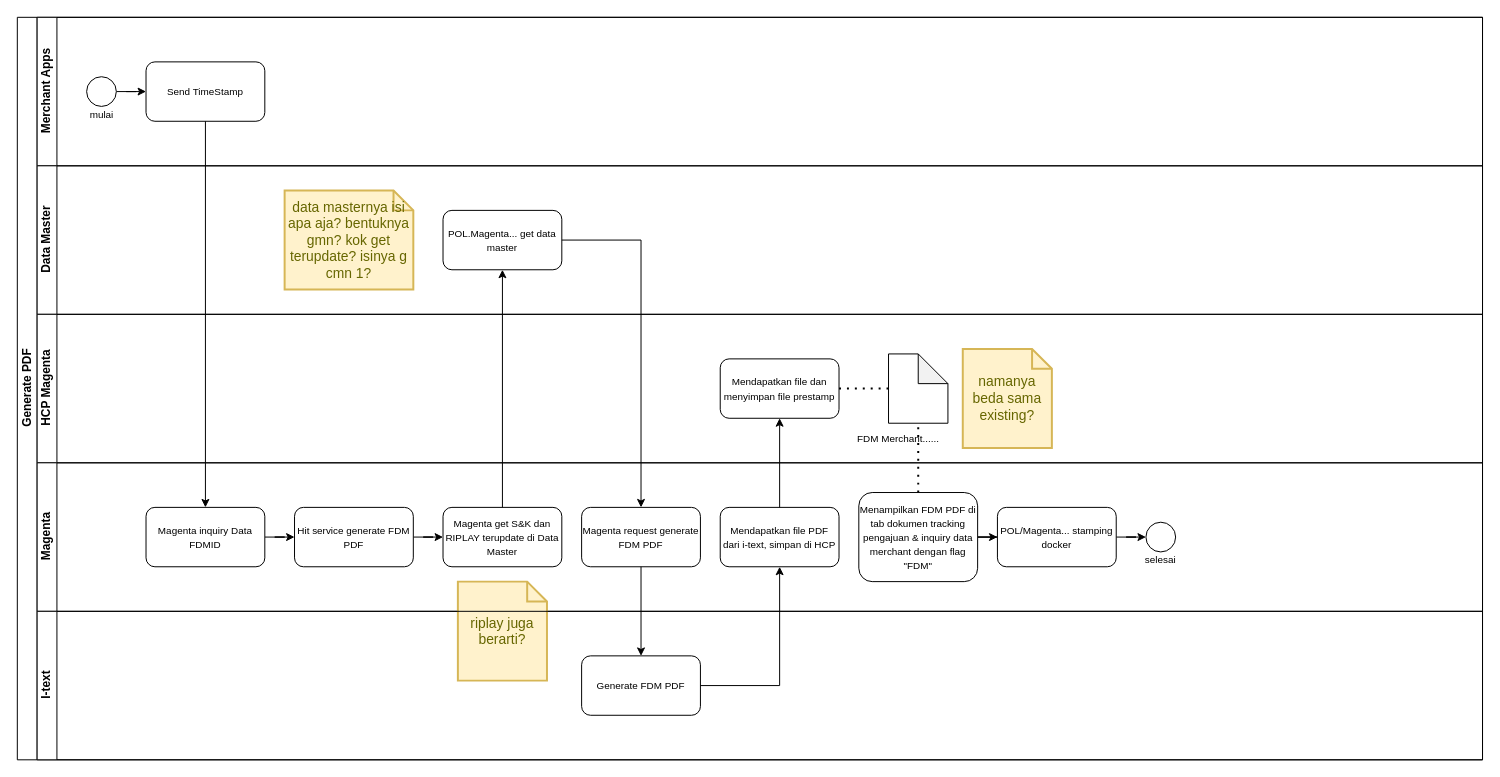
This is Untitled Diagram.drawio from nicolenatsh/Nicole, a draw.io file, before an edit. Source tidied: cells renumbered, new cells numbered last; positions are measured from the earlier drawing's top-left corner, leaving out a move shared by most shapes. Both pictures are drawn from the tidied source at 99%, with x=0, y=0 at pixel (17, 17).
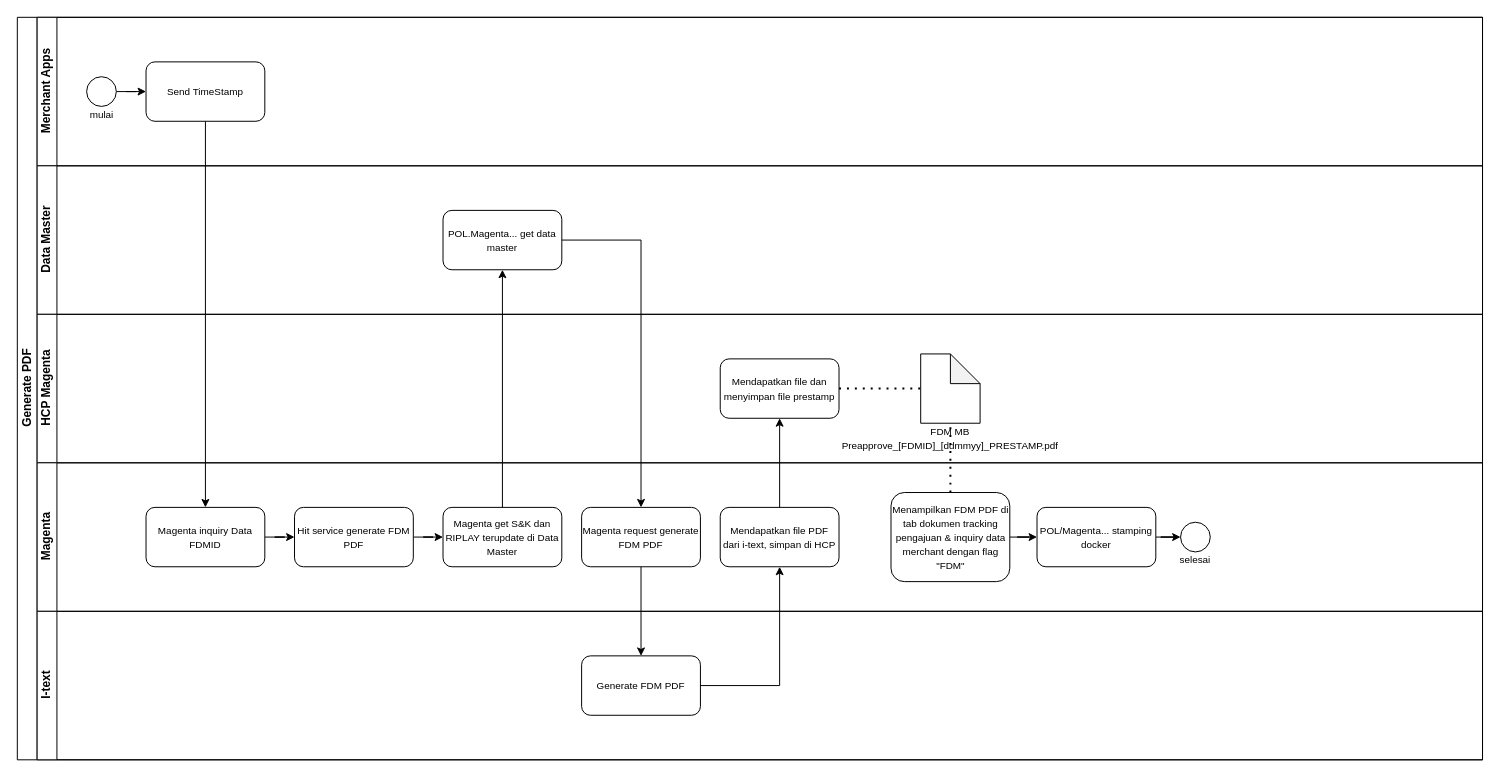
Above is the later version.

Commit message:
changes3_notepad solved

Unchanged cells that the change refers to:
```xml
<mxCell id="8" value="Data Master" style="swimlane;startSize=20;horizontal=0;html=1;" parent="2" vertex="1">
  <mxGeometry x="20" y="150" width="1460" height="150" as="geometry" />
</mxCell>
<mxCell id="11" value="HCP Magenta" style="swimlane;startSize=20;horizontal=0;html=1;" parent="2" vertex="1">
  <mxGeometry x="20" y="300" width="1460" height="150" as="geometry" />
</mxCell>
<mxCell id="17" value="Magenta" style="swimlane;startSize=20;horizontal=0;html=1;" parent="2" vertex="1">
  <mxGeometry x="20" y="450" width="1460" height="150" as="geometry" />
</mxCell>
```

What changed in the source:
```diff
@@
-    <mxCell id="10" value="data masternya isi apa aja? bentuknya gmn? kok get terupdate? isinya g cmn 1?" style="shape=note;strokeWidth=2;fontSize=14;size=20;whiteSpace=wrap;html=1;fillColor=#fff2cc;strokeColor=#d6b656;fontColor=#666600;" parent="8" vertex="1">
-      <mxGeometry x="250" y="25" width="130" height="100" as="geometry" />
-    </mxCell>
@@
     <mxCell id="13" style="shape=note;whiteSpace=wrap;html=1;backgroundOutline=1;darkOpacity=0.05;" parent="11" vertex="1">
-      <mxGeometry x="860" y="40" width="60" height="70" as="geometry" />
+      <mxGeometry x="892.5" y="40" width="60" height="70" as="geometry" />
     </mxCell>
@@
-    <mxCell id="15" value="&lt;font style=&quot;font-size: 10px;&quot;&gt;FDM Merchant......&lt;/font&gt;" style="text;html=1;align=center;verticalAlign=middle;whiteSpace=wrap;rounded=0;" parent="11" vertex="1">
-      <mxGeometry x="805" y="110" width="130" height="30" as="geometry" />
+    <mxCell id="15" value="&lt;font style=&quot;font-size: 10px;&quot;&gt;FDM MB Preapprove_[FDMID]_[ddmmyy]_PRESTAMP.pdf&lt;/font&gt;" style="text;html=1;align=center;verticalAlign=middle;whiteSpace=wrap;rounded=0;" parent="11" vertex="1">
+      <mxGeometry x="805" y="110" width="235" height="30" as="geometry" />
     </mxCell>
-    <mxCell id="16" value="namanya beda sama existing?" style="shape=note;strokeWidth=2;fontSize=14;size=20;whiteSpace=wrap;html=1;fillColor=#fff2cc;strokeColor=#d6b656;fontColor=#666600;" parent="11" vertex="1">
-      <mxGeometry x="935" y="35" width="90" height="100" as="geometry" />
-    </mxCell>
@@
     <mxCell id="26" value="&lt;font style=&quot;font-size: 10px;&quot;&gt;Menampilkan FDM PDF di tab dokumen tracking pengajuan &amp;amp; inquiry data merchant dengan flag &quot;FDM&quot;&lt;/font&gt;" style="rounded=1;whiteSpace=wrap;html=1;" parent="17" vertex="1">
-      <mxGeometry x="830" y="30" width="120" height="90" as="geometry" />
+      <mxGeometry x="862.5" y="30" width="120" height="90" as="geometry" />
     </mxCell>
@@
     <mxCell id="28" value="&lt;span style=&quot;font-size: 10px;&quot;&gt;POL/Magenta... stamping docker&lt;/span&gt;" style="rounded=1;whiteSpace=wrap;html=1;" parent="17" vertex="1">
-      <mxGeometry x="970" y="45" width="120" height="60" as="geometry" />
+      <mxGeometry x="1010" y="45" width="120" height="60" as="geometry" />
     </mxCell>
     <mxCell id="29" style="ellipse;whiteSpace=wrap;html=1;" parent="17" vertex="1">
-      <mxGeometry x="1120" y="60" width="30" height="30" as="geometry" />
+      <mxGeometry x="1155" y="60" width="30" height="30" as="geometry" />
     </mxCell>
     <mxCell id="30" value="&lt;font style=&quot;font-size: 10px;&quot;&gt;selesai&lt;/font&gt;" style="text;html=1;align=center;verticalAlign=middle;whiteSpace=wrap;rounded=0;" parent="17" vertex="1">
-      <mxGeometry x="1115" y="90" width="40" height="15" as="geometry" />
+      <mxGeometry x="1150" y="90" width="40" height="15" as="geometry" />
     </mxCell>
-    <mxCell id="31" value="riplay juga berarti?" style="shape=note;strokeWidth=2;fontSize=14;size=20;whiteSpace=wrap;html=1;fillColor=#fff2cc;strokeColor=#d6b656;fontColor=#666600;" parent="17" vertex="1">
-      <mxGeometry x="425" y="120" width="90" height="100" as="geometry" />
-    </mxCell>
```
